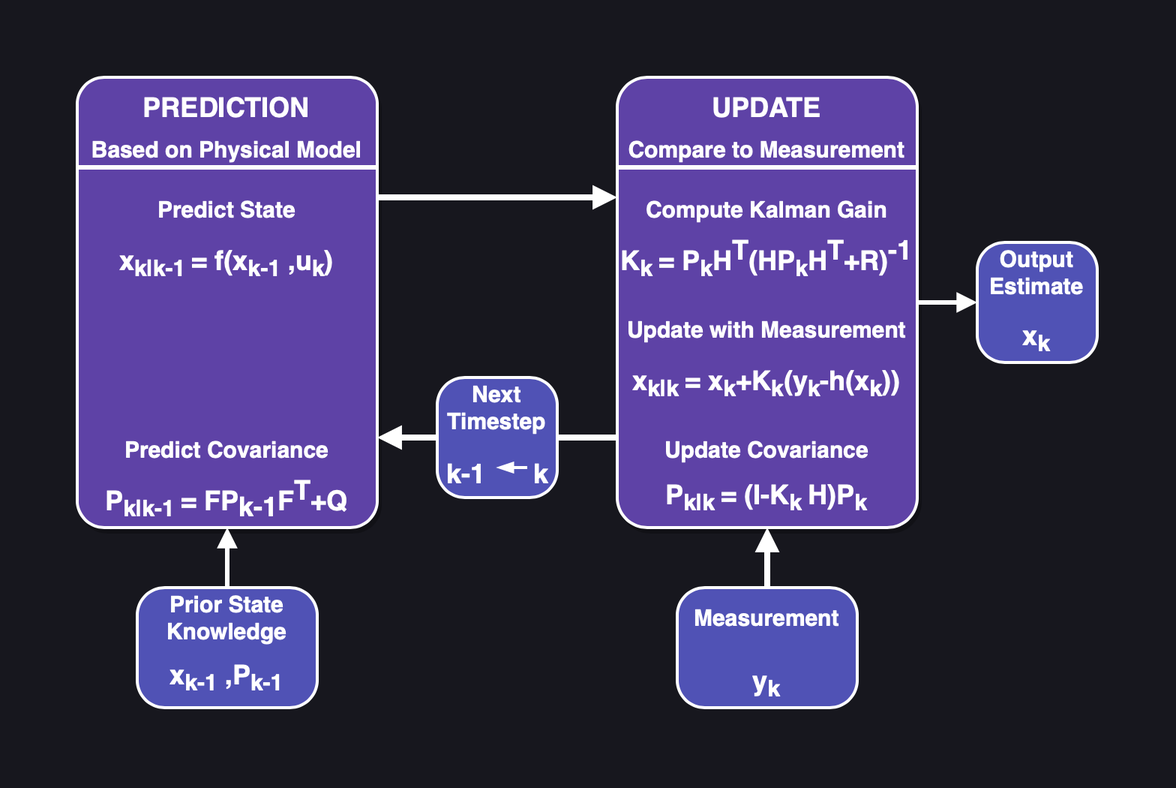
mcarfagno/mcarfagno.github.io keeps this draw.io diagram as images/ekf/ekf.png. Above is the earlier version. Source tidied: cells renumbered, new cells last; positions are measured from the earlier drawing's top-left corner, leaving out a move shared by most shapes.
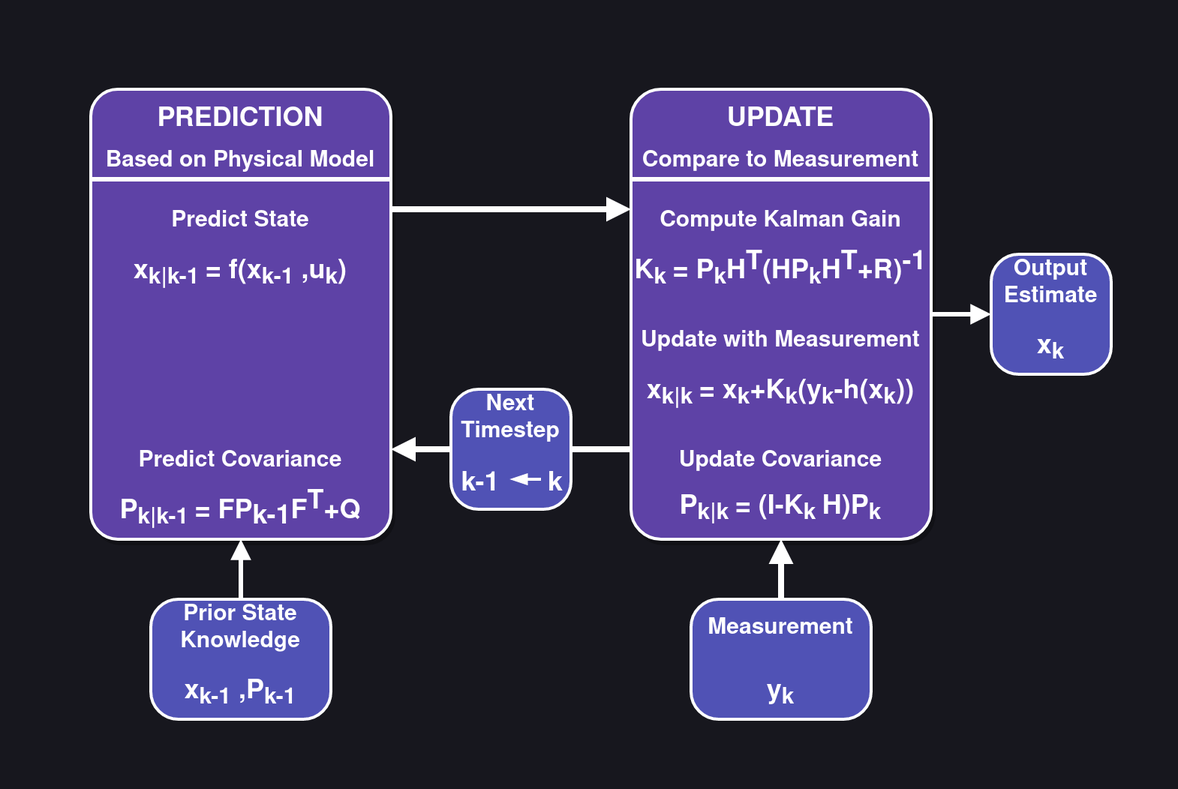
The same file after the commit.

Commit message:
fixed ekf background images

Change to the diagram source:
```diff
@@ -2,20 +2,20 @@
   <root>
     <mxCell id="0" />
     <mxCell id="1" parent="0" />
-    <mxCell id="2" style="rounded=1;whiteSpace=wrap;html=1;fillColor=#5E42A6;strokeColor=#FFFFFF;strokeWidth=2;shadow=1;fontFamily=Helvetica;fontSize=18;arcSize=9;" parent="1" vertex="1">
-      <mxGeometry width="200" height="300" as="geometry" />
-    </mxCell>
-    <mxCell id="3" style="rounded=1;whiteSpace=wrap;html=1;fillColor=#5E42A6;strokeColor=#FFFFFF;strokeWidth=2;shadow=1;fontFamily=Helvetica;fontSize=18;arcSize=10;" parent="1" vertex="1">
-      <mxGeometry x="360" width="200" height="300" as="geometry" />
-    </mxCell>
+    <mxCell id="39" style="rounded=1;whiteSpace=wrap;html=1;fillColor=#5E42A6;strokeColor=#FFFFFF;strokeWidth=2;shadow=1;fontFamily=Helvetica;fontSize=18;arcSize=9;" parent="1" vertex="1">
+      <mxGeometry width="200" height="300" as="geometry" />
+    </mxCell>
+    <mxCell id="40" style="rounded=1;whiteSpace=wrap;html=1;fillColor=#5E42A6;strokeColor=#FFFFFF;strokeWidth=2;shadow=1;fontFamily=Helvetica;fontSize=18;arcSize=10;" parent="1" vertex="1">
+      <mxGeometry x="360" width="200" height="300" as="geometry" />
+    </mxCell>
     <mxCell id="4" style="edgeStyle=orthogonalEdgeStyle;rounded=0;jettySize=auto;html=1;exitX=1;exitY=0.5;exitDx=0;exitDy=0;strokeWidth=4;endArrow=block;endFill=1;strokeColor=#FFFFFF;fontFamily=Helvetica;fontSize=18;entryX=0;entryY=0.5;entryDx=0;entryDy=0;" parent="1" edge="1" source="16" target="18">
       <mxGeometry relative="1" as="geometry" />
     </mxCell>
-    <mxCell id="5" style="edgeStyle=orthogonalEdgeStyle;rounded=0;jettySize=auto;html=1;exitX=0;exitY=0.5;exitDx=0;exitDy=0;entryX=1;entryY=0.75;entryDx=0;entryDy=0;strokeWidth=4;endArrow=block;endFill=1;strokeColor=#FFFFFF;fontFamily=Helvetica;fontSize=18;" parent="1" edge="1" source="20">
-      <mxGeometry relative="1" as="geometry">
-        <mxPoint x="200" y="240" as="targetPoint" />
-      </mxGeometry>
-    </mxCell>
+    <mxCell id="41" style="edgeStyle=orthogonalEdgeStyle;rounded=0;jettySize=auto;html=1;exitX=0;exitY=0.5;exitDx=0;exitDy=0;entryX=1;entryY=0.75;entryDx=0;entryDy=0;strokeWidth=4;endArrow=block;endFill=1;strokeColor=#FFFFFF;fontFamily=Helvetica;fontSize=18;" parent="1" edge="1" source="20">
+      <mxGeometry relative="1" as="geometry">
+        <mxPoint x="200" y="240" as="targetPoint" />
+      </mxGeometry>
+    </mxCell>
     <mxCell id="6" value="&lt;font style=&quot;font-size: 18px&quot;&gt;&lt;b style=&quot;font-size: 18px&quot;&gt;&lt;font style=&quot;font-size: 18px&quot; color=&quot;#FFFFFF&quot;&gt;x&lt;sub&gt;k|k-1 &lt;/sub&gt;= f(x&lt;sub&gt;k-1&lt;/sub&gt; ,u&lt;sub&gt;k&lt;/sub&gt;)&lt;sup style=&quot;font-size: 18px&quot;&gt;&lt;br style=&quot;font-size: 18px&quot;&gt;&lt;/sup&gt;&lt;/font&gt;&lt;/b&gt;&lt;/font&gt;" style="text;html=1;strokeColor=none;fillColor=none;align=center;verticalAlign=middle;whiteSpace=wrap;rounded=0;shadow=1;fontFamily=Helvetica;fontSize=18;" parent="1" vertex="1">
       <mxGeometry y="100" width="200" height="40" as="geometry" />
     </mxCell>
@@ -31,29 +31,29 @@
     <mxCell id="10" value="&lt;font style=&quot;font-size: 18px&quot;&gt;&lt;b style=&quot;font-size: 18px&quot;&gt;&lt;font style=&quot;font-size: 18px&quot; color=&quot;#FFFFFF&quot;&gt;P&lt;sub&gt;k|k&amp;nbsp;&lt;/sub&gt;=&amp;nbsp;&lt;/font&gt;&lt;/b&gt;&lt;/font&gt;&lt;font style=&quot;font-size: 18px&quot;&gt;&lt;b style=&quot;font-size: 18px&quot;&gt;&lt;font style=&quot;font-size: 18px&quot; color=&quot;#FFFFFF&quot;&gt;&lt;font style=&quot;font-size: 18px&quot;&gt;&lt;b style=&quot;font-size: 18px&quot;&gt;&lt;font style=&quot;font-size: 18px&quot; color=&quot;#FFFFFF&quot;&gt;(I-&lt;/font&gt;&lt;/b&gt;&lt;/font&gt;&lt;/font&gt;&lt;/b&gt;&lt;/font&gt;&lt;font style=&quot;font-size: 18px&quot;&gt;&lt;b style=&quot;font-size: 18px&quot;&gt;&lt;font style=&quot;font-size: 18px&quot; color=&quot;#FFFFFF&quot;&gt;K&lt;sub&gt;k &lt;/sub&gt;&lt;/font&gt;&lt;/b&gt;&lt;/font&gt;&lt;font style=&quot;font-size: 18px&quot;&gt;&lt;b style=&quot;font-size: 18px&quot;&gt;&lt;font style=&quot;font-size: 18px&quot; color=&quot;#FFFFFF&quot;&gt;H)&lt;/font&gt;&lt;/b&gt;&lt;/font&gt;&lt;font style=&quot;font-size: 18px&quot;&gt;&lt;b style=&quot;font-size: 18px&quot;&gt;&lt;font style=&quot;font-size: 18px&quot; color=&quot;#FFFFFF&quot;&gt;P&lt;sub&gt;k&lt;/sub&gt;&lt;/font&gt;&lt;/b&gt;&lt;/font&gt;" style="text;html=1;strokeColor=none;fillColor=none;align=center;verticalAlign=middle;whiteSpace=wrap;rounded=0;shadow=1;fontFamily=Helvetica;fontSize=18;" parent="1" vertex="1">
       <mxGeometry x="360" y="260" width="200" height="40" as="geometry" />
     </mxCell>
-    <mxCell id="11" style="endArrow=none;html=1;strokeColor=#FFFFFF;strokeWidth=3;fontFamily=Helvetica;fontSize=18;" parent="1" edge="1">
-      <mxGeometry relative="1" as="geometry">
-        <mxPoint x="200" y="60" as="sourcePoint" />
-        <mxPoint y="60" as="targetPoint" />
-      </mxGeometry>
-    </mxCell>
-    <mxCell id="12" style="endArrow=none;html=1;strokeColor=#FFFFFF;strokeWidth=3;fontFamily=Helvetica;fontSize=18;" parent="1" edge="1">
-      <mxGeometry relative="1" as="geometry">
-        <mxPoint x="560" y="60" as="sourcePoint" />
-        <mxPoint x="360" y="60" as="targetPoint" />
-      </mxGeometry>
-    </mxCell>
+    <mxCell id="42" style="endArrow=none;html=1;strokeColor=#FFFFFF;strokeWidth=3;fontFamily=Helvetica;fontSize=18;" parent="1" edge="1">
+      <mxGeometry relative="1" as="geometry">
+        <mxPoint x="200" y="60" as="sourcePoint" />
+        <mxPoint y="60" as="targetPoint" />
+      </mxGeometry>
+    </mxCell>
+    <mxCell id="43" style="endArrow=none;html=1;strokeColor=#FFFFFF;strokeWidth=3;fontFamily=Helvetica;fontSize=18;" parent="1" edge="1">
+      <mxGeometry relative="1" as="geometry">
+        <mxPoint x="560" y="60" as="sourcePoint" />
+        <mxPoint x="360" y="60" as="targetPoint" />
+      </mxGeometry>
+    </mxCell>
     <mxCell id="13" value="&lt;font color=&quot;#FFFFFF&quot;&gt;&lt;b&gt;PREDICTION&lt;/b&gt;&lt;/font&gt;" style="text;html=1;strokeColor=none;fillColor=none;align=center;verticalAlign=middle;whiteSpace=wrap;rounded=0;shadow=1;fontFamily=Helvetica;fontSize=18;" parent="1" vertex="1">
       <mxGeometry width="200" height="40" as="geometry" />
     </mxCell>
     <mxCell id="14" value="&lt;font color=&quot;#FFFFFF&quot;&gt;&lt;b&gt;UPDATE&lt;/b&gt;&lt;/font&gt;" style="text;html=1;strokeColor=none;fillColor=none;align=center;verticalAlign=middle;whiteSpace=wrap;rounded=0;shadow=1;fontFamily=Helvetica;fontSize=18;" parent="1" vertex="1">
       <mxGeometry x="400" width="120" height="40" as="geometry" />
     </mxCell>
-    <mxCell id="15" style="edgeStyle=orthogonalEdgeStyle;rounded=0;jettySize=auto;html=1;exitX=0.5;exitY=0;exitDx=0;exitDy=0;entryX=0.5;entryY=1;entryDx=0;entryDy=0;endArrow=block;endFill=1;strokeColor=#FFFFFF;strokeWidth=3;fontFamily=Helvetica;fontSize=18;" parent="1" edge="1" target="7">
-      <mxGeometry relative="1" as="geometry">
-        <mxPoint x="100" y="340" as="sourcePoint" />
-      </mxGeometry>
-    </mxCell>
+    <mxCell id="44" style="edgeStyle=orthogonalEdgeStyle;rounded=0;jettySize=auto;html=1;exitX=0.5;exitY=0;exitDx=0;exitDy=0;entryX=0.5;entryY=1;entryDx=0;entryDy=0;endArrow=block;endFill=1;strokeColor=#FFFFFF;strokeWidth=3;fontFamily=Helvetica;fontSize=18;" parent="1" edge="1" target="7">
+      <mxGeometry relative="1" as="geometry">
+        <mxPoint x="100" y="340" as="sourcePoint" />
+      </mxGeometry>
+    </mxCell>
     <mxCell id="16" value="&lt;font style=&quot;font-size: 15px;&quot; color=&quot;#FFFFFF&quot;&gt;&lt;b style=&quot;font-size: 15px;&quot;&gt;Predict State&lt;br style=&quot;font-size: 15px;&quot;&gt;&lt;/b&gt;&lt;/font&gt;" style="text;html=1;strokeColor=none;fillColor=none;align=center;verticalAlign=bottom;whiteSpace=wrap;rounded=0;shadow=1;fontFamily=Helvetica;fontSize=15;" parent="1" vertex="1">
       <mxGeometry y="60" width="200" height="40" as="geometry" />
     </mxCell>
@@ -69,9 +69,9 @@
     <mxCell id="20" value="&lt;font style=&quot;font-size: 15px;&quot; color=&quot;#FFFFFF&quot;&gt;&lt;b style=&quot;font-size: 15px;&quot;&gt;Update Covariance&lt;br style=&quot;font-size: 15px;&quot;&gt;&lt;/b&gt;&lt;/font&gt;" style="text;html=1;strokeColor=none;fillColor=none;align=center;verticalAlign=bottom;whiteSpace=wrap;rounded=0;shadow=1;fontFamily=Helvetica;fontSize=15;" parent="1" vertex="1">
       <mxGeometry x="360" y="220" width="200" height="40" as="geometry" />
     </mxCell>
-    <mxCell id="21" style="rounded=1;whiteSpace=wrap;html=1;strokeColor=#FFFFFF;strokeWidth=2;shadow=0;fontFamily=Helvetica;fontSize=18;arcSize=23;fillColor=#5052B5;" parent="1" vertex="1">
-      <mxGeometry x="240" y="200" width="80" height="80" as="geometry" />
-    </mxCell>
+    <mxCell id="45" style="rounded=1;whiteSpace=wrap;html=1;strokeColor=#FFFFFF;strokeWidth=2;shadow=0;fontFamily=Helvetica;fontSize=18;arcSize=23;fillColor=#5052B5;" parent="1" vertex="1">
+      <mxGeometry x="240" y="200" width="80" height="80" as="geometry" />
+    </mxCell>
     <mxCell id="22" value="&lt;font style=&quot;font-size: 18px&quot;&gt;&lt;b style=&quot;font-size: 18px&quot;&gt;&lt;font style=&quot;font-size: 18px&quot; color=&quot;#FFFFFF&quot;&gt;k-1&lt;sup style=&quot;font-size: 18px&quot;&gt;&lt;br style=&quot;font-size: 18px&quot;&gt;&lt;/sup&gt;&lt;/font&gt;&lt;/b&gt;&lt;/font&gt;" style="text;html=1;strokeColor=none;fillColor=none;align=center;verticalAlign=middle;whiteSpace=wrap;rounded=0;shadow=1;fontFamily=Helvetica;fontSize=18;" parent="1" vertex="1">
       <mxGeometry x="240" y="240" width="40" height="40" as="geometry" />
     </mxCell>
@@ -90,49 +90,49 @@
     <mxCell id="27" value="&lt;font style=&quot;font-size: 18px&quot;&gt;&lt;b style=&quot;font-size: 18px&quot;&gt;&lt;font style=&quot;font-size: 18px&quot; color=&quot;#FFFFFF&quot;&gt;k&lt;sup style=&quot;font-size: 18px&quot;&gt;&lt;br style=&quot;font-size: 18px&quot;&gt;&lt;/sup&gt;&lt;/font&gt;&lt;/b&gt;&lt;/font&gt;" style="text;html=1;strokeColor=none;fillColor=none;align=center;verticalAlign=middle;whiteSpace=wrap;rounded=0;shadow=1;fontFamily=Helvetica;fontSize=18;" parent="1" vertex="1">
       <mxGeometry x="300" y="240" width="20" height="40" as="geometry" />
     </mxCell>
-    <mxCell id="28" style="edgeStyle=orthogonalEdgeStyle;rounded=0;jettySize=auto;html=1;entryX=0.5;entryY=1;entryDx=0;entryDy=0;strokeWidth=4;endArrow=block;endFill=1;strokeColor=#FFFFFF;fontFamily=Helvetica;fontSize=18;exitX=0.5;exitY=0;exitDx=0;exitDy=0;" parent="1" edge="1" source="31" target="3">
-      <mxGeometry relative="1" as="geometry">
-        <Array as="points">
-          <mxPoint x="460" y="330" />
-          <mxPoint x="460" y="330" />
-        </Array>
-      </mxGeometry>
-    </mxCell>
-    <mxCell id="29" style="rounded=1;whiteSpace=wrap;html=1;strokeColor=#FFFFFF;strokeWidth=2;shadow=0;fontFamily=Helvetica;fontSize=18;arcSize=23;fillColor=#5052B5;" parent="1" vertex="1">
-      <mxGeometry x="400" y="340" width="120" height="80" as="geometry" />
-    </mxCell>
+    <mxCell id="46" style="edgeStyle=orthogonalEdgeStyle;rounded=0;jettySize=auto;html=1;entryX=0.5;entryY=1;entryDx=0;entryDy=0;strokeWidth=4;endArrow=block;endFill=1;strokeColor=#FFFFFF;fontFamily=Helvetica;fontSize=18;exitX=0.5;exitY=0;exitDx=0;exitDy=0;" parent="1" edge="1" source="31" target="40">
+      <mxGeometry relative="1" as="geometry">
+        <Array as="points">
+          <mxPoint x="460" y="330" />
+          <mxPoint x="460" y="330" />
+        </Array>
+      </mxGeometry>
+    </mxCell>
+    <mxCell id="47" style="rounded=1;whiteSpace=wrap;html=1;strokeColor=#FFFFFF;strokeWidth=2;shadow=0;fontFamily=Helvetica;fontSize=18;arcSize=23;fillColor=#5052B5;" parent="1" vertex="1">
+      <mxGeometry x="400" y="340" width="120" height="80" as="geometry" />
+    </mxCell>
     <mxCell id="30" value="&lt;font style=&quot;font-size: 18px&quot;&gt;&lt;b style=&quot;font-size: 18px&quot;&gt;&lt;font style=&quot;font-size: 18px&quot; color=&quot;#FFFFFF&quot;&gt;y&lt;sub&gt;k&lt;/sub&gt;&lt;sup style=&quot;font-size: 18px&quot;&gt;&lt;br style=&quot;font-size: 18px&quot;&gt;&lt;/sup&gt;&lt;/font&gt;&lt;/b&gt;&lt;/font&gt;" style="text;html=1;strokeColor=none;fillColor=none;align=center;verticalAlign=middle;whiteSpace=wrap;rounded=0;shadow=1;fontFamily=Helvetica;fontSize=18;" parent="1" vertex="1">
       <mxGeometry x="420" y="380" width="80" height="40" as="geometry" />
     </mxCell>
     <mxCell id="31" value="&lt;div&gt;&lt;font style=&quot;font-size: 15px&quot; color=&quot;#FFFFFF&quot;&gt;&lt;b style=&quot;font-size: 15px&quot;&gt;Measurement&lt;br&gt;&lt;/b&gt;&lt;/font&gt;&lt;/div&gt;" style="text;html=1;strokeColor=none;fillColor=none;align=center;verticalAlign=middle;whiteSpace=wrap;rounded=0;shadow=1;fontFamily=Helvetica;fontSize=15;" parent="1" vertex="1">
       <mxGeometry x="420" y="340" width="80" height="40" as="geometry" />
     </mxCell>
-    <mxCell id="32" style="rounded=1;whiteSpace=wrap;html=1;strokeColor=#FFFFFF;strokeWidth=2;shadow=0;fontFamily=Helvetica;fontSize=18;arcSize=23;fillColor=#5052B5;" parent="1" vertex="1">
-      <mxGeometry x="40" y="340" width="120" height="80" as="geometry" />
-    </mxCell>
+    <mxCell id="48" style="rounded=1;whiteSpace=wrap;html=1;strokeColor=#FFFFFF;strokeWidth=2;shadow=0;fontFamily=Helvetica;fontSize=18;arcSize=23;fillColor=#5052B5;" parent="1" vertex="1">
+      <mxGeometry x="40" y="340" width="120" height="80" as="geometry" />
+    </mxCell>
     <mxCell id="33" value="&lt;font style=&quot;font-size: 18px&quot;&gt;&lt;b style=&quot;font-size: 18px&quot;&gt;&lt;font style=&quot;font-size: 18px&quot; color=&quot;#FFFFFF&quot;&gt;x&lt;sub&gt;k-1&lt;/sub&gt; ,P&lt;sub&gt;k-1&lt;/sub&gt;&lt;sub&gt; &lt;/sub&gt;&lt;sup style=&quot;font-size: 18px&quot;&gt;&lt;br style=&quot;font-size: 18px&quot;&gt;&lt;/sup&gt;&lt;/font&gt;&lt;/b&gt;&lt;/font&gt;" style="text;html=1;strokeColor=none;fillColor=none;align=center;verticalAlign=middle;whiteSpace=wrap;rounded=0;shadow=1;fontFamily=Helvetica;fontSize=18;" parent="1" vertex="1">
       <mxGeometry x="60" y="380" width="80" height="40" as="geometry" />
     </mxCell>
     <mxCell id="34" value="&lt;div&gt;&lt;font style=&quot;font-size: 15px&quot; color=&quot;#FFFFFF&quot;&gt;&lt;b style=&quot;font-size: 15px&quot;&gt;Prior State Knowledge&lt;br&gt;&lt;/b&gt;&lt;/font&gt;&lt;/div&gt;" style="text;html=1;strokeColor=none;fillColor=none;align=center;verticalAlign=middle;whiteSpace=wrap;rounded=0;shadow=1;fontFamily=Helvetica;fontSize=15;" parent="1" vertex="1">
       <mxGeometry x="60" y="340" width="80" height="40" as="geometry" />
     </mxCell>
-    <mxCell id="35" style="rounded=1;whiteSpace=wrap;html=1;strokeColor=#FFFFFF;strokeWidth=2;shadow=0;fontFamily=Helvetica;fontSize=18;arcSize=23;fillColor=#5052B5;" parent="1" vertex="1">
-      <mxGeometry x="600" y="110" width="80" height="80" as="geometry" />
-    </mxCell>
+    <mxCell id="49" style="rounded=1;whiteSpace=wrap;html=1;strokeColor=#FFFFFF;strokeWidth=2;shadow=0;fontFamily=Helvetica;fontSize=18;arcSize=23;fillColor=#5052B5;" parent="1" vertex="1">
+      <mxGeometry x="600" y="110" width="80" height="80" as="geometry" />
+    </mxCell>
     <mxCell id="36" value="&lt;font style=&quot;font-size: 18px&quot;&gt;&lt;b style=&quot;font-size: 18px&quot;&gt;&lt;font style=&quot;font-size: 18px&quot; color=&quot;#FFFFFF&quot;&gt;x&lt;sub&gt;k&lt;/sub&gt;&lt;sup style=&quot;font-size: 18px&quot;&gt;&lt;br style=&quot;font-size: 18px&quot;&gt;&lt;/sup&gt;&lt;/font&gt;&lt;/b&gt;&lt;/font&gt;" style="text;html=1;strokeColor=none;fillColor=none;align=center;verticalAlign=middle;whiteSpace=wrap;rounded=0;shadow=1;fontFamily=Helvetica;fontSize=18;" parent="1" vertex="1">
       <mxGeometry x="600" y="150" width="80" height="40" as="geometry" />
     </mxCell>
     <mxCell id="37" value="&lt;font color=&quot;#FFFFFF&quot;&gt;&lt;b&gt;Output&lt;/b&gt;&lt;/font&gt;&lt;div&gt;&lt;font color=&quot;#FFFFFF&quot;&gt;&lt;b&gt;Estimate&lt;/b&gt;&lt;/font&gt;&lt;font style=&quot;font-size: 15px&quot; color=&quot;#FFFFFF&quot;&gt;&lt;b style=&quot;font-size: 15px&quot;&gt;&lt;br&gt;&lt;/b&gt;&lt;/font&gt;&lt;/div&gt;" style="text;html=1;strokeColor=none;fillColor=none;align=center;verticalAlign=middle;whiteSpace=wrap;rounded=0;shadow=1;fontFamily=Helvetica;fontSize=15;" parent="1" vertex="1">
       <mxGeometry x="600" y="110" width="80" height="40" as="geometry" />
     </mxCell>
-    <mxCell id="38" style="edgeStyle=orthogonalEdgeStyle;rounded=0;jettySize=auto;html=1;exitX=0.5;exitY=0;exitDx=0;exitDy=0;entryX=0;entryY=1;entryDx=0;entryDy=0;endArrow=block;endFill=1;strokeColor=#FFFFFF;strokeWidth=3;fontFamily=Helvetica;fontSize=18;" parent="1" edge="1" target="37">
-      <mxGeometry relative="1" as="geometry">
-        <mxPoint x="559.6" y="150" as="sourcePoint" />
-        <Array as="points">
-          <mxPoint x="590" y="150" />
-          <mxPoint x="590" y="150" />
-        </Array>
-      </mxGeometry>
-    </mxCell>
+    <mxCell id="50" style="edgeStyle=orthogonalEdgeStyle;rounded=0;jettySize=auto;html=1;exitX=0.5;exitY=0;exitDx=0;exitDy=0;entryX=0;entryY=1;entryDx=0;entryDy=0;endArrow=block;endFill=1;strokeColor=#FFFFFF;strokeWidth=3;fontFamily=Helvetica;fontSize=18;" parent="1" edge="1" target="37">
+      <mxGeometry relative="1" as="geometry">
+        <mxPoint x="559.6" y="150" as="sourcePoint" />
+        <Array as="points">
+          <mxPoint x="590" y="150" />
+          <mxPoint x="590" y="150" />
+        </Array>
+      </mxGeometry>
+    </mxCell>
   </root>
 </mxGraphModel>
```
